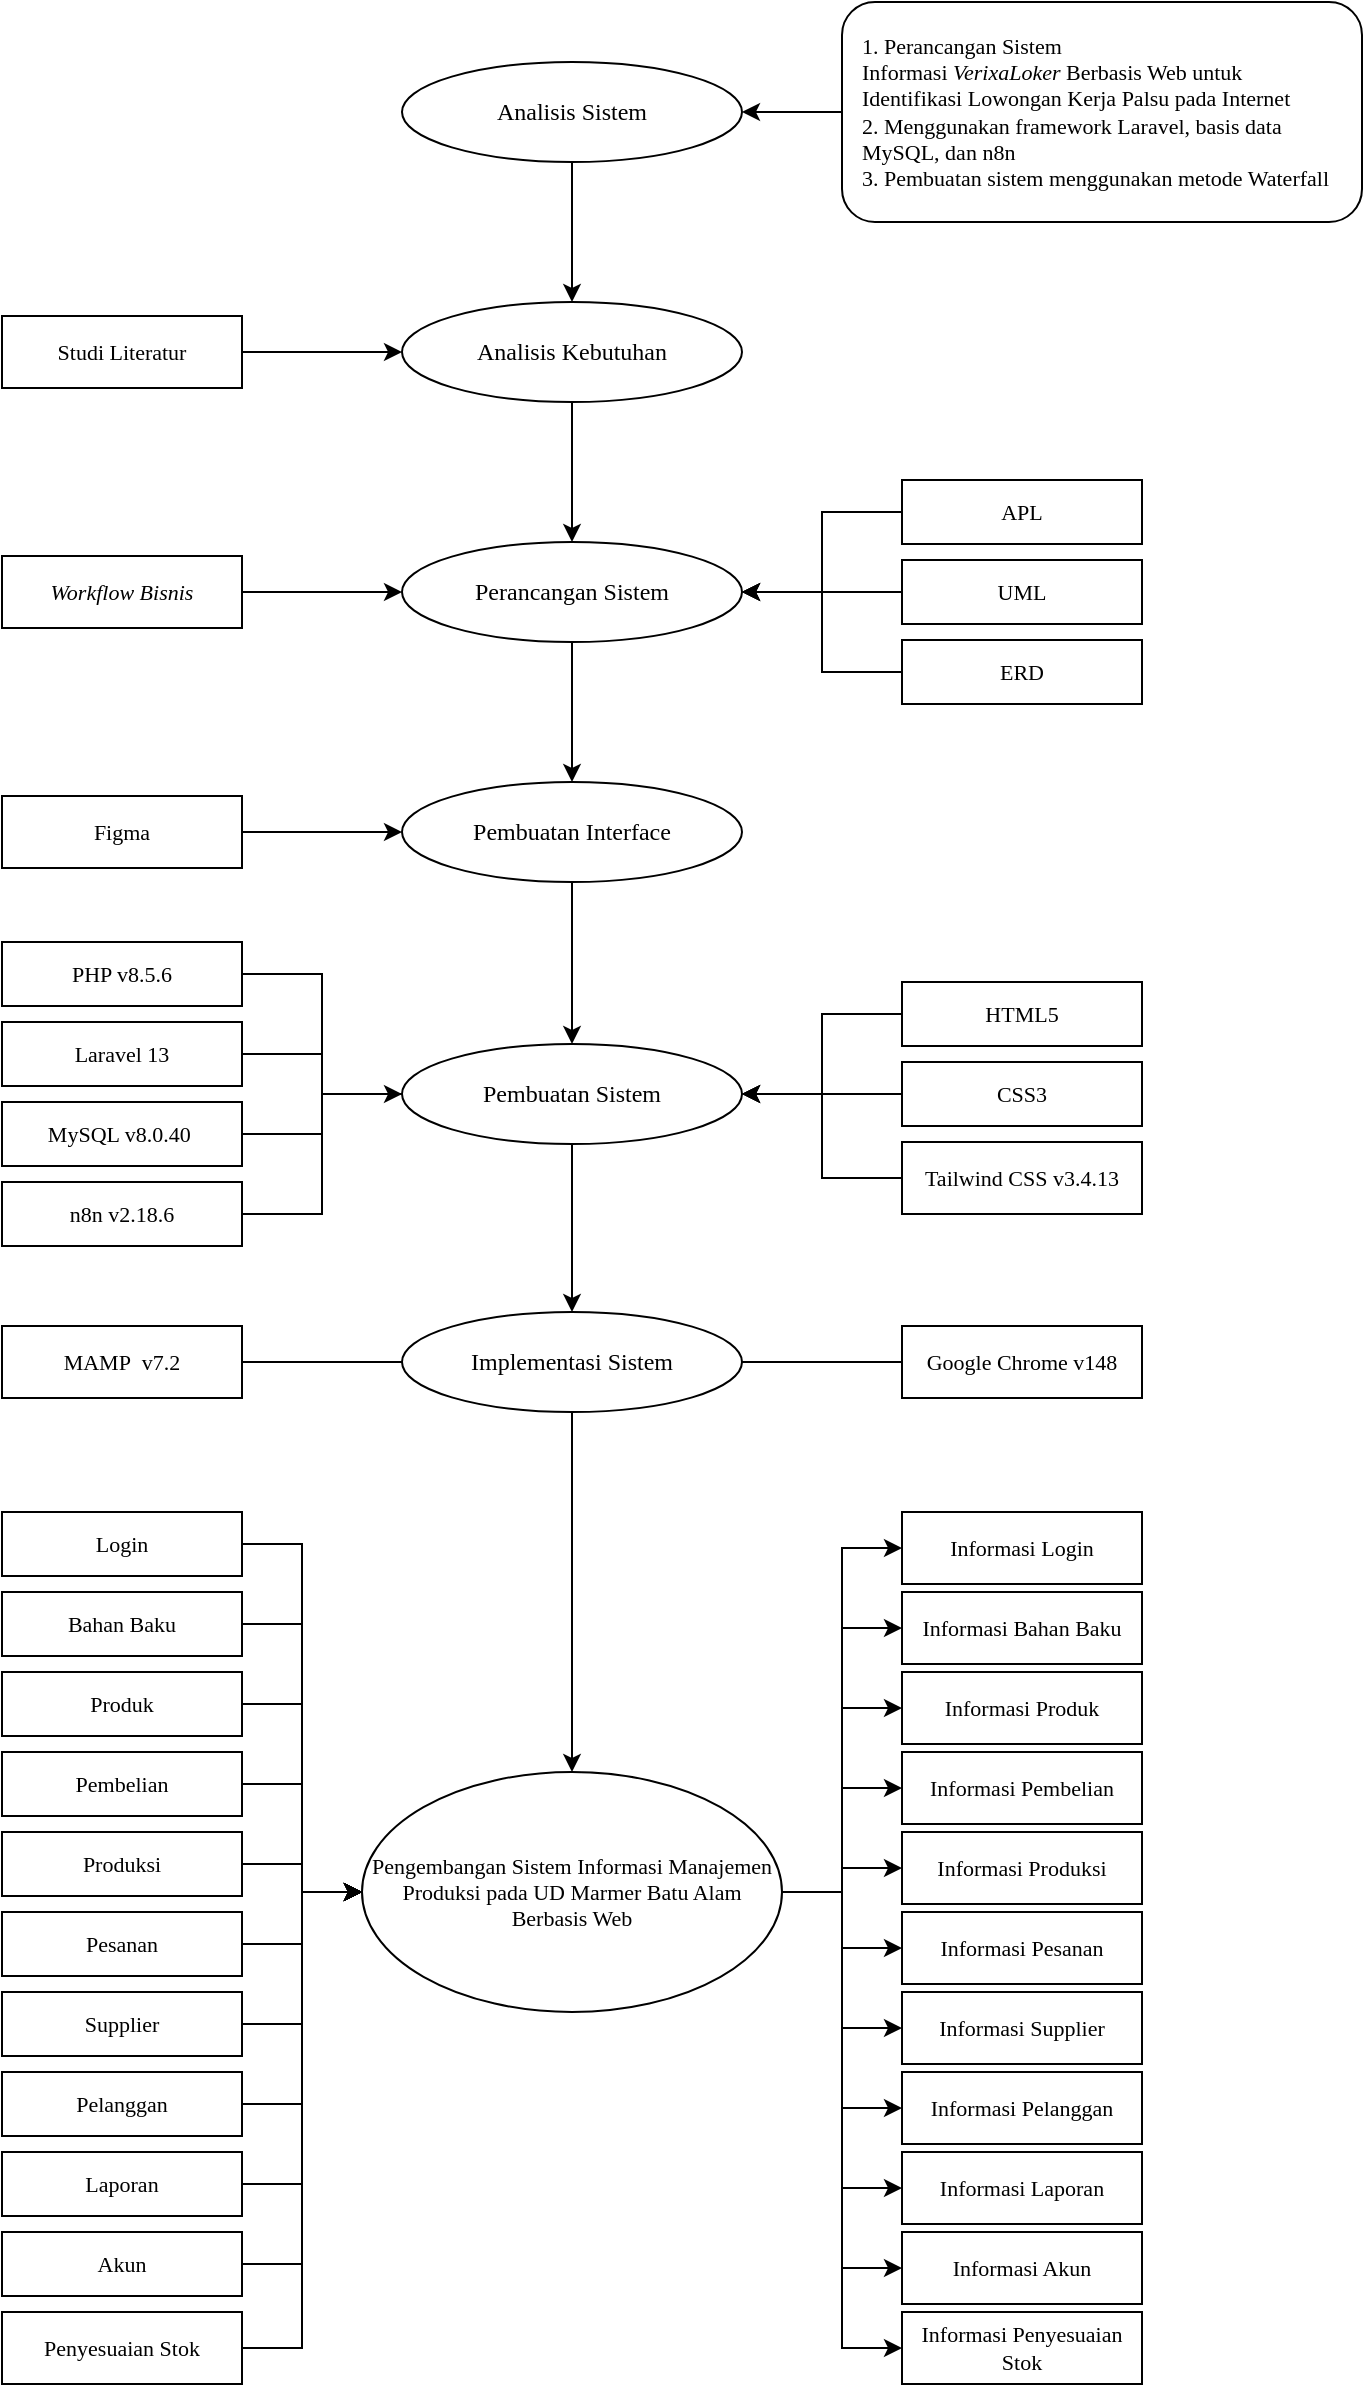
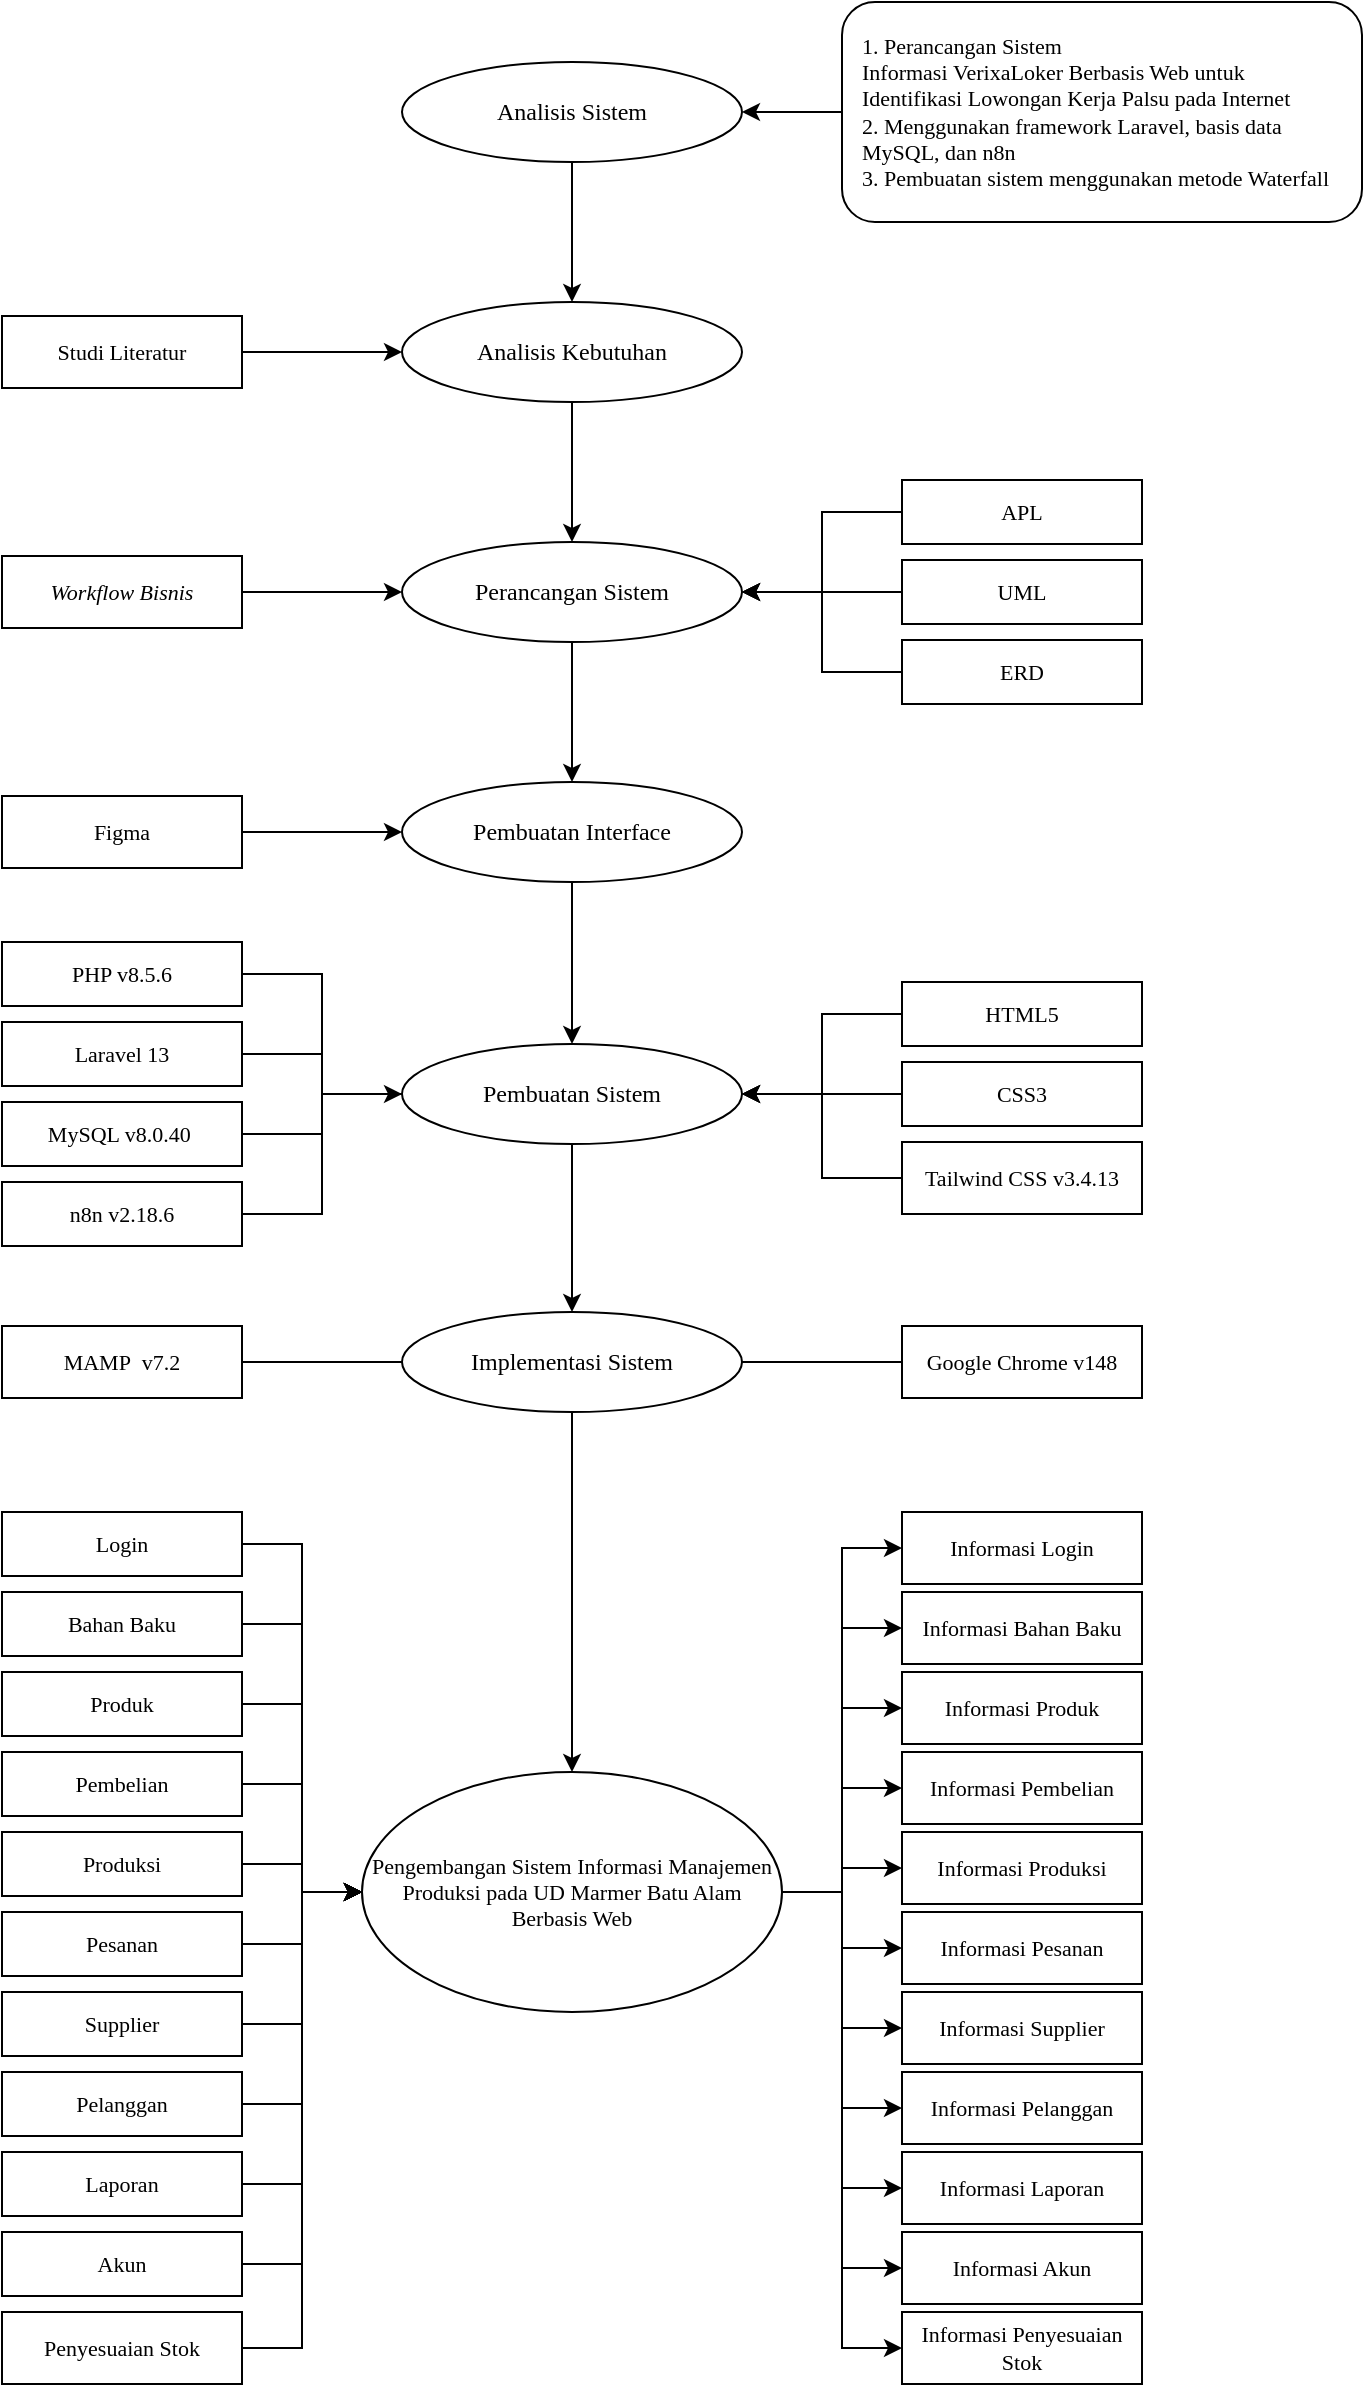
<mxfile host="app.diagrams.net">
  <diagram name="Page-1" id="yfmV3Sks-nrF4BvnnPUG">
    <mxGraphModel dx="876" dy="478" grid="1" gridSize="10" guides="1" tooltips="1" connect="1" arrows="1" fold="1" page="1" pageScale="1" pageWidth="827" pageHeight="1169" math="0" shadow="0">
      <root>
        <mxCell id="0" />
        <mxCell id="1" parent="0" />
        <mxCell id="fTyH0j3n_jQUCsVNDcWE-1" parent="1" style="ellipse;whiteSpace=wrap;html=1;fillColor=#ffffff;strokeColor=#000000;fontFamily=Times New Roman;fontSize=12;" value="Analisis Sistem" vertex="1">
          <mxGeometry height="50" width="170" x="580" y="110" as="geometry" />
        </mxCell>
        <mxCell id="fTyH0j3n_jQUCsVNDcWE-2" parent="1" style="ellipse;whiteSpace=wrap;html=1;fillColor=#ffffff;strokeColor=#000000;fontFamily=Times New Roman;fontSize=12;" value="Analisis Kebutuhan" vertex="1">
          <mxGeometry height="50" width="170" x="580" y="230" as="geometry" />
        </mxCell>
        <mxCell id="fTyH0j3n_jQUCsVNDcWE-3" parent="1" style="ellipse;whiteSpace=wrap;html=1;fillColor=#ffffff;strokeColor=#000000;fontFamily=Times New Roman;fontSize=12;" value="Perancangan Sistem" vertex="1">
          <mxGeometry height="50" width="170" x="580" y="350" as="geometry" />
        </mxCell>
        <mxCell id="fTyH0j3n_jQUCsVNDcWE-4" parent="1" style="ellipse;whiteSpace=wrap;html=1;fillColor=#ffffff;strokeColor=#000000;fontFamily=Times New Roman;fontSize=12;" value="Pembuatan Interface" vertex="1">
          <mxGeometry height="50" width="170" x="580" y="470" as="geometry" />
        </mxCell>
        <mxCell id="fTyH0j3n_jQUCsVNDcWE-5" parent="1" style="ellipse;whiteSpace=wrap;html=1;fillColor=#ffffff;strokeColor=#000000;fontFamily=Times New Roman;fontSize=12;" value="Pembuatan Sistem" vertex="1">
          <mxGeometry height="50" width="170" x="580" y="601" as="geometry" />
        </mxCell>
        <mxCell id="fTyH0j3n_jQUCsVNDcWE-6" parent="1" style="ellipse;whiteSpace=wrap;html=1;fillColor=#ffffff;strokeColor=#000000;fontFamily=Times New Roman;fontSize=12;" value="Implementasi Sistem" vertex="1">
          <mxGeometry height="50" width="170" x="580" y="735" as="geometry" />
        </mxCell>
        <mxCell id="fTyH0j3n_jQUCsVNDcWE-7" parent="1" style="ellipse;whiteSpace=wrap;html=1;fillColor=#ffffff;strokeColor=#000000;fontFamily=Times New Roman;fontSize=11;" value="Pengembangan Sistem Informasi Manajemen Produksi pada UD Marmer Batu Alam Berbasis Web" vertex="1">
          <mxGeometry height="120" width="210" x="560" y="965" as="geometry" />
        </mxCell>
        <mxCell id="fTyH0j3n_jQUCsVNDcWE-8" edge="1" parent="1" source="fTyH0j3n_jQUCsVNDcWE-1" style="endArrow=classic;html=1;rounded=0;exitX=0.5;exitY=1;entryX=0.5;entryY=0;" target="fTyH0j3n_jQUCsVNDcWE-2">
          <mxGeometry relative="1" as="geometry" />
        </mxCell>
        <mxCell id="fTyH0j3n_jQUCsVNDcWE-9" edge="1" parent="1" source="fTyH0j3n_jQUCsVNDcWE-2" style="endArrow=classic;html=1;rounded=0;exitX=0.5;exitY=1;entryX=0.5;entryY=0;" target="fTyH0j3n_jQUCsVNDcWE-3">
          <mxGeometry relative="1" as="geometry" />
        </mxCell>
        <mxCell id="fTyH0j3n_jQUCsVNDcWE-10" edge="1" parent="1" source="fTyH0j3n_jQUCsVNDcWE-3" style="endArrow=classic;html=1;rounded=0;exitX=0.5;exitY=1;entryX=0.5;entryY=0;" target="fTyH0j3n_jQUCsVNDcWE-4">
          <mxGeometry relative="1" as="geometry" />
        </mxCell>
        <mxCell id="fTyH0j3n_jQUCsVNDcWE-11" edge="1" parent="1" source="fTyH0j3n_jQUCsVNDcWE-4" style="endArrow=classic;html=1;rounded=0;exitX=0.5;exitY=1;entryX=0.5;entryY=0;" target="fTyH0j3n_jQUCsVNDcWE-5">
          <mxGeometry relative="1" as="geometry" />
        </mxCell>
        <mxCell id="fTyH0j3n_jQUCsVNDcWE-12" edge="1" parent="1" source="fTyH0j3n_jQUCsVNDcWE-5" style="endArrow=classic;html=1;rounded=0;exitX=0.5;exitY=1;entryX=0.5;entryY=0;" target="fTyH0j3n_jQUCsVNDcWE-6">
          <mxGeometry relative="1" as="geometry" />
        </mxCell>
        <mxCell id="fTyH0j3n_jQUCsVNDcWE-13" edge="1" parent="1" source="fTyH0j3n_jQUCsVNDcWE-6" style="endArrow=classic;html=1;rounded=0;exitX=0.5;exitY=1;entryX=0.5;entryY=0;" target="fTyH0j3n_jQUCsVNDcWE-7">
          <mxGeometry relative="1" as="geometry" />
        </mxCell>
-         <mxCell id="fTyH0j3n_jQUCsVNDcWE-14" parent="1" style="rounded=1;whiteSpace=wrap;html=1;fillColor=#ffffff;strokeColor=#000000;fontFamily=Times New Roman;fontSize=11;align=left;verticalAlign=middle;spacingLeft=8;spacingRight=8;" value="1. Perancangan Sistem Informasi&amp;nbsp;&lt;i&gt;VerixaLoker&lt;/i&gt;&amp;nbsp;Berbasis Web&amp;nbsp;untuk Identifikasi Lowongan Kerja Palsu pada Internet&lt;br&gt;2. Menggunakan framework Laravel, basis data MySQL, dan n8n&lt;br&gt;3. Pembuatan sistem menggunakan metode Waterfall" vertex="1">
+         <mxCell id="fTyH0j3n_jQUCsVNDcWE-14" parent="1" style="rounded=1;whiteSpace=wrap;html=1;fillColor=#ffffff;strokeColor=#000000;fontFamily=Times New Roman;fontSize=11;align=left;verticalAlign=middle;spacingLeft=8;spacingRight=8;" value="1. Perancangan Sistem Informasi&amp;nbsp;VerixaLoker&amp;nbsp;Berbasis Web&amp;nbsp;untuk Identifikasi Lowongan Kerja Palsu pada Internet&lt;br&gt;2. Menggunakan framework Laravel, basis data MySQL, dan n8n&lt;br&gt;3. Pembuatan sistem menggunakan metode Waterfall" vertex="1">
          <mxGeometry height="110" width="260" x="800" y="80" as="geometry" />
        </mxCell>
        <mxCell id="fTyH0j3n_jQUCsVNDcWE-15" edge="1" parent="1" source="fTyH0j3n_jQUCsVNDcWE-1" style="endArrow=none;html=1;rounded=0;exitX=1;exitY=0.5;entryX=0;entryY=0.5;startArrow=classic;startFill=1;" target="fTyH0j3n_jQUCsVNDcWE-14">
          <mxGeometry relative="1" as="geometry" />
        </mxCell>
        <mxCell id="fTyH0j3n_jQUCsVNDcWE-16" parent="1" style="rounded=0;whiteSpace=wrap;html=1;fillColor=#ffffff;strokeColor=#000000;fontFamily=Times New Roman;fontSize=11;" value="Studi Literatur" vertex="1">
          <mxGeometry height="36" width="120" x="380" y="237" as="geometry" />
        </mxCell>
        <mxCell id="fTyH0j3n_jQUCsVNDcWE-19" edge="1" parent="1" source="fTyH0j3n_jQUCsVNDcWE-16" style="endArrow=classic;html=1;exitX=1;exitY=0.5;entryX=0;entryY=0.5;endFill=1;" target="fTyH0j3n_jQUCsVNDcWE-2">
          <mxGeometry relative="1" as="geometry" />
        </mxCell>
        <mxCell id="fTyH0j3n_jQUCsVNDcWE-22" parent="1" style="rounded=0;whiteSpace=wrap;html=1;fillColor=#ffffff;strokeColor=#000000;fontFamily=Times New Roman;fontSize=11;fontStyle=2" value="Workflow Bisnis" vertex="1">
          <mxGeometry height="36" width="120" x="380" y="357" as="geometry" />
        </mxCell>
        <mxCell id="fTyH0j3n_jQUCsVNDcWE-23" parent="1" style="rounded=0;whiteSpace=wrap;html=1;fillColor=#ffffff;strokeColor=#000000;fontFamily=Times New Roman;fontSize=11;" value="APL" vertex="1">
          <mxGeometry height="32" width="120" x="830" y="319" as="geometry" />
        </mxCell>
        <mxCell id="fTyH0j3n_jQUCsVNDcWE-24" parent="1" style="rounded=0;whiteSpace=wrap;html=1;fillColor=#ffffff;strokeColor=#000000;fontFamily=Times New Roman;fontSize=11;" value="UML" vertex="1">
          <mxGeometry height="32" width="120" x="830" y="359" as="geometry" />
        </mxCell>
        <mxCell id="fTyH0j3n_jQUCsVNDcWE-25" parent="1" style="rounded=0;whiteSpace=wrap;html=1;fillColor=#ffffff;strokeColor=#000000;fontFamily=Times New Roman;fontSize=11;" value="ERD" vertex="1">
          <mxGeometry height="32" width="120" x="830" y="399" as="geometry" />
        </mxCell>
        <mxCell id="fTyH0j3n_jQUCsVNDcWE-26" edge="1" parent="1" source="fTyH0j3n_jQUCsVNDcWE-22" style="endArrow=classic;html=1;exitX=1;exitY=0.5;entryX=0;entryY=0.5;endFill=1;" target="fTyH0j3n_jQUCsVNDcWE-3">
          <mxGeometry relative="1" as="geometry" />
        </mxCell>
        <mxCell id="fTyH0j3n_jQUCsVNDcWE-27" edge="1" parent="1" source="fTyH0j3n_jQUCsVNDcWE-3" style="endArrow=none;html=1;exitX=1;exitY=0.5;entryX=0;entryY=0.5;startArrow=classic;startFill=1;edgeStyle=orthogonalEdgeStyle;rounded=0;curved=0;" target="fTyH0j3n_jQUCsVNDcWE-23">
          <mxGeometry relative="1" as="geometry" />
        </mxCell>
        <mxCell id="fTyH0j3n_jQUCsVNDcWE-28" edge="1" parent="1" source="fTyH0j3n_jQUCsVNDcWE-3" style="endArrow=none;html=1;exitX=1;exitY=0.5;entryX=0;entryY=0.5;startArrow=classic;startFill=1;edgeStyle=orthogonalEdgeStyle;rounded=0;curved=0;" target="fTyH0j3n_jQUCsVNDcWE-24">
          <mxGeometry relative="1" as="geometry" />
        </mxCell>
        <mxCell id="fTyH0j3n_jQUCsVNDcWE-29" edge="1" parent="1" source="fTyH0j3n_jQUCsVNDcWE-3" style="endArrow=none;html=1;exitX=1;exitY=0.5;entryX=0;entryY=0.5;startArrow=classic;startFill=1;edgeStyle=orthogonalEdgeStyle;rounded=0;curved=0;" target="fTyH0j3n_jQUCsVNDcWE-25">
          <mxGeometry relative="1" as="geometry" />
        </mxCell>
        <mxCell id="fTyH0j3n_jQUCsVNDcWE-30" parent="1" style="rounded=0;whiteSpace=wrap;html=1;fillColor=#ffffff;strokeColor=#000000;fontFamily=Times New Roman;fontSize=11;" value="Figma" vertex="1">
          <mxGeometry height="36" width="120" x="380" y="477" as="geometry" />
        </mxCell>
        <mxCell id="fTyH0j3n_jQUCsVNDcWE-31" edge="1" parent="1" source="fTyH0j3n_jQUCsVNDcWE-30" style="endArrow=classic;html=1;exitX=1;exitY=0.5;entryX=0;entryY=0.5;endFill=1;" target="fTyH0j3n_jQUCsVNDcWE-4">
          <mxGeometry relative="1" as="geometry" />
        </mxCell>
        <mxCell id="fTyH0j3n_jQUCsVNDcWE-32" parent="1" style="rounded=0;whiteSpace=wrap;html=1;fillColor=#ffffff;strokeColor=#000000;fontFamily=Times New Roman;fontSize=11;" value="PHP v8.5.6" vertex="1">
          <mxGeometry height="32" width="120" x="380" y="550" as="geometry" />
        </mxCell>
        <mxCell id="fTyH0j3n_jQUCsVNDcWE-33" parent="1" style="rounded=0;whiteSpace=wrap;html=1;fillColor=#ffffff;strokeColor=#000000;fontFamily=Times New Roman;fontSize=11;" value="Laravel 13" vertex="1">
          <mxGeometry height="32" width="120" x="380" y="590" as="geometry" />
        </mxCell>
        <mxCell id="fTyH0j3n_jQUCsVNDcWE-34" parent="1" style="rounded=0;whiteSpace=wrap;html=1;fillColor=#ffffff;strokeColor=#000000;fontFamily=Times New Roman;fontSize=11;" value="MySQL v8.0.40&amp;nbsp;" vertex="1">
          <mxGeometry height="32" width="120" x="380" y="630" as="geometry" />
        </mxCell>
        <mxCell id="fTyH0j3n_jQUCsVNDcWE-35" parent="1" style="rounded=0;whiteSpace=wrap;html=1;fillColor=#ffffff;strokeColor=#000000;fontFamily=Times New Roman;fontSize=11;" value="HTML5" vertex="1">
          <mxGeometry height="32" width="120" x="830" y="570" as="geometry" />
        </mxCell>
        <mxCell id="fTyH0j3n_jQUCsVNDcWE-36" parent="1" style="rounded=0;whiteSpace=wrap;html=1;fillColor=#ffffff;strokeColor=#000000;fontFamily=Times New Roman;fontSize=11;" value="CSS3" vertex="1">
          <mxGeometry height="32" width="120" x="830" y="610" as="geometry" />
        </mxCell>
        <mxCell id="fTyH0j3n_jQUCsVNDcWE-37" parent="1" style="rounded=0;whiteSpace=wrap;html=1;fillColor=#ffffff;strokeColor=#000000;fontFamily=Times New Roman;fontSize=11;" value="Tailwind CSS v3.4.13" vertex="1">
          <mxGeometry height="36" width="120" x="830" y="650" as="geometry" />
        </mxCell>
        <mxCell id="fTyH0j3n_jQUCsVNDcWE-38" edge="1" parent="1" source="fTyH0j3n_jQUCsVNDcWE-32" style="endArrow=none;html=1;exitX=1;exitY=0.5;entryX=0;entryY=0.5;edgeStyle=orthogonalEdgeStyle;rounded=0;curved=0;" target="fTyH0j3n_jQUCsVNDcWE-5">
          <mxGeometry relative="1" as="geometry" />
        </mxCell>
        <mxCell id="fTyH0j3n_jQUCsVNDcWE-39" edge="1" parent="1" source="fTyH0j3n_jQUCsVNDcWE-33" style="endArrow=none;html=1;exitX=1;exitY=0.5;entryX=0;entryY=0.5;edgeStyle=orthogonalEdgeStyle;rounded=0;curved=0;" target="fTyH0j3n_jQUCsVNDcWE-5">
          <mxGeometry relative="1" as="geometry" />
        </mxCell>
        <mxCell id="fTyH0j3n_jQUCsVNDcWE-40" edge="1" parent="1" source="fTyH0j3n_jQUCsVNDcWE-34" style="endArrow=none;html=1;exitX=1;exitY=0.5;entryX=0;entryY=0.5;edgeStyle=orthogonalEdgeStyle;rounded=0;curved=0;" target="fTyH0j3n_jQUCsVNDcWE-5">
          <mxGeometry relative="1" as="geometry" />
        </mxCell>
        <mxCell id="fTyH0j3n_jQUCsVNDcWE-41" edge="1" parent="1" source="fTyH0j3n_jQUCsVNDcWE-5" style="endArrow=none;html=1;exitX=1;exitY=0.5;entryX=0;entryY=0.5;edgeStyle=orthogonalEdgeStyle;rounded=0;curved=0;startArrow=classic;startFill=1;" target="fTyH0j3n_jQUCsVNDcWE-35">
          <mxGeometry relative="1" as="geometry" />
        </mxCell>
        <mxCell id="fTyH0j3n_jQUCsVNDcWE-42" edge="1" parent="1" source="fTyH0j3n_jQUCsVNDcWE-5" style="endArrow=none;html=1;exitX=1;exitY=0.5;entryX=0;entryY=0.5;edgeStyle=orthogonalEdgeStyle;rounded=0;curved=0;startArrow=classic;startFill=1;" target="fTyH0j3n_jQUCsVNDcWE-36">
          <mxGeometry relative="1" as="geometry" />
        </mxCell>
        <mxCell id="fTyH0j3n_jQUCsVNDcWE-43" edge="1" parent="1" source="fTyH0j3n_jQUCsVNDcWE-5" style="endArrow=none;html=1;exitX=1;exitY=0.5;entryX=0;entryY=0.5;edgeStyle=orthogonalEdgeStyle;rounded=0;curved=0;startArrow=classic;startFill=1;" target="fTyH0j3n_jQUCsVNDcWE-37">
          <mxGeometry relative="1" as="geometry" />
        </mxCell>
        <mxCell id="fTyH0j3n_jQUCsVNDcWE-44" parent="1" style="rounded=0;whiteSpace=wrap;html=1;fillColor=#ffffff;strokeColor=#000000;fontFamily=Times New Roman;fontSize=11;" value="MAMP&amp;nbsp; v7.2" vertex="1">
          <mxGeometry height="36" width="120" x="380" y="742" as="geometry" />
        </mxCell>
        <mxCell id="fTyH0j3n_jQUCsVNDcWE-45" parent="1" style="rounded=0;whiteSpace=wrap;html=1;fillColor=#ffffff;strokeColor=#000000;fontFamily=Times New Roman;fontSize=11;" value="Google Chrome v148" vertex="1">
          <mxGeometry height="36" width="120" x="830" y="742" as="geometry" />
        </mxCell>
        <mxCell id="fTyH0j3n_jQUCsVNDcWE-46" edge="1" parent="1" source="fTyH0j3n_jQUCsVNDcWE-44" style="endArrow=none;html=1;exitX=1;exitY=0.5;entryX=0;entryY=0.5;" target="fTyH0j3n_jQUCsVNDcWE-6">
          <mxGeometry relative="1" as="geometry" />
        </mxCell>
        <mxCell id="fTyH0j3n_jQUCsVNDcWE-47" edge="1" parent="1" source="fTyH0j3n_jQUCsVNDcWE-6" style="endArrow=none;html=1;exitX=1;exitY=0.5;entryX=0;entryY=0.5;" target="fTyH0j3n_jQUCsVNDcWE-45">
          <mxGeometry relative="1" as="geometry" />
        </mxCell>
        <mxCell id="fTyH0j3n_jQUCsVNDcWE-48" parent="1" style="rounded=0;whiteSpace=wrap;html=1;fillColor=#ffffff;strokeColor=#000000;fontFamily=Times New Roman;fontSize=11;" value="Login" vertex="1">
          <mxGeometry height="32" width="120" x="380" y="835" as="geometry" />
        </mxCell>
        <mxCell id="fTyH0j3n_jQUCsVNDcWE-49" parent="1" style="rounded=0;whiteSpace=wrap;html=1;fillColor=#ffffff;strokeColor=#000000;fontFamily=Times New Roman;fontSize=11;" value="Bahan Baku" vertex="1">
          <mxGeometry height="32" width="120" x="380" y="875" as="geometry" />
        </mxCell>
        <mxCell id="fTyH0j3n_jQUCsVNDcWE-50" parent="1" style="rounded=0;whiteSpace=wrap;html=1;fillColor=#ffffff;strokeColor=#000000;fontFamily=Times New Roman;fontSize=11;" value="Produk" vertex="1">
          <mxGeometry height="32" width="120" x="380" y="915" as="geometry" />
        </mxCell>
        <mxCell id="fTyH0j3n_jQUCsVNDcWE-51" parent="1" style="rounded=0;whiteSpace=wrap;html=1;fillColor=#ffffff;strokeColor=#000000;fontFamily=Times New Roman;fontSize=11;" value="Pembelian" vertex="1">
          <mxGeometry height="32" width="120" x="380" y="955" as="geometry" />
        </mxCell>
        <mxCell id="fTyH0j3n_jQUCsVNDcWE-52" parent="1" style="rounded=0;whiteSpace=wrap;html=1;fillColor=#ffffff;strokeColor=#000000;fontFamily=Times New Roman;fontSize=11;" value="Produksi" vertex="1">
          <mxGeometry height="32" width="120" x="380" y="995" as="geometry" />
        </mxCell>
        <mxCell id="fTyH0j3n_jQUCsVNDcWE-53" parent="1" style="rounded=0;whiteSpace=wrap;html=1;fillColor=#ffffff;strokeColor=#000000;fontFamily=Times New Roman;fontSize=11;" value="Pesanan" vertex="1">
          <mxGeometry height="32" width="120" x="380" y="1035" as="geometry" />
        </mxCell>
        <mxCell id="fTyH0j3n_jQUCsVNDcWE-54" parent="1" style="rounded=0;whiteSpace=wrap;html=1;fillColor=#ffffff;strokeColor=#000000;fontFamily=Times New Roman;fontSize=11;" value="Supplier" vertex="1">
          <mxGeometry height="32" width="120" x="380" y="1075" as="geometry" />
        </mxCell>
        <mxCell id="fTyH0j3n_jQUCsVNDcWE-55" parent="1" style="rounded=0;whiteSpace=wrap;html=1;fillColor=#ffffff;strokeColor=#000000;fontFamily=Times New Roman;fontSize=11;" value="Pelanggan" vertex="1">
          <mxGeometry height="32" width="120" x="380" y="1115" as="geometry" />
        </mxCell>
        <mxCell id="fTyH0j3n_jQUCsVNDcWE-56" parent="1" style="rounded=0;whiteSpace=wrap;html=1;fillColor=#ffffff;strokeColor=#000000;fontFamily=Times New Roman;fontSize=11;" value="Laporan" vertex="1">
          <mxGeometry height="32" width="120" x="380" y="1155" as="geometry" />
        </mxCell>
        <mxCell id="fTyH0j3n_jQUCsVNDcWE-57" parent="1" style="rounded=0;whiteSpace=wrap;html=1;fillColor=#ffffff;strokeColor=#000000;fontFamily=Times New Roman;fontSize=11;" value="Akun" vertex="1">
          <mxGeometry height="32" width="120" x="380" y="1195" as="geometry" />
        </mxCell>
        <mxCell id="fTyH0j3n_jQUCsVNDcWE-58" parent="1" style="rounded=0;whiteSpace=wrap;html=1;fillColor=#ffffff;strokeColor=#000000;fontFamily=Times New Roman;fontSize=11;" value="Penyesuaian Stok" vertex="1">
          <mxGeometry height="36" width="120" x="380" y="1235" as="geometry" />
        </mxCell>
        <mxCell id="fTyH0j3n_jQUCsVNDcWE-59" edge="1" parent="1" source="fTyH0j3n_jQUCsVNDcWE-48" style="endArrow=classic;html=1;exitX=1;exitY=0.5;entryX=0;entryY=0.5;edgeStyle=orthogonalEdgeStyle;rounded=0;curved=0;endFill=1;" target="fTyH0j3n_jQUCsVNDcWE-7">
          <mxGeometry relative="1" as="geometry" />
        </mxCell>
        <mxCell id="fTyH0j3n_jQUCsVNDcWE-60" edge="1" parent="1" source="fTyH0j3n_jQUCsVNDcWE-49" style="endArrow=classic;html=1;exitX=1;exitY=0.5;entryX=0;entryY=0.5;edgeStyle=orthogonalEdgeStyle;rounded=0;curved=0;endFill=1;" target="fTyH0j3n_jQUCsVNDcWE-7">
          <mxGeometry relative="1" as="geometry" />
        </mxCell>
        <mxCell id="fTyH0j3n_jQUCsVNDcWE-61" edge="1" parent="1" source="fTyH0j3n_jQUCsVNDcWE-50" style="endArrow=classic;html=1;exitX=1;exitY=0.5;entryX=0;entryY=0.5;edgeStyle=orthogonalEdgeStyle;rounded=0;curved=0;endFill=1;" target="fTyH0j3n_jQUCsVNDcWE-7">
          <mxGeometry relative="1" as="geometry" />
        </mxCell>
        <mxCell id="fTyH0j3n_jQUCsVNDcWE-62" edge="1" parent="1" source="fTyH0j3n_jQUCsVNDcWE-51" style="endArrow=none;html=1;exitX=1;exitY=0.5;entryX=0;entryY=0.5;edgeStyle=orthogonalEdgeStyle;rounded=0;curved=0;" target="fTyH0j3n_jQUCsVNDcWE-7">
          <mxGeometry relative="1" as="geometry" />
        </mxCell>
        <mxCell id="fTyH0j3n_jQUCsVNDcWE-63" edge="1" parent="1" source="fTyH0j3n_jQUCsVNDcWE-52" style="endArrow=classic;html=1;exitX=1;exitY=0.5;entryX=0;entryY=0.5;edgeStyle=orthogonalEdgeStyle;rounded=0;curved=0;endFill=1;" target="fTyH0j3n_jQUCsVNDcWE-7">
          <mxGeometry relative="1" as="geometry" />
        </mxCell>
        <mxCell id="fTyH0j3n_jQUCsVNDcWE-64" edge="1" parent="1" source="fTyH0j3n_jQUCsVNDcWE-53" style="endArrow=classic;html=1;exitX=1;exitY=0.5;entryX=0;entryY=0.5;edgeStyle=orthogonalEdgeStyle;rounded=0;curved=0;endFill=1;" target="fTyH0j3n_jQUCsVNDcWE-7">
          <mxGeometry relative="1" as="geometry" />
        </mxCell>
        <mxCell id="fTyH0j3n_jQUCsVNDcWE-65" edge="1" parent="1" source="fTyH0j3n_jQUCsVNDcWE-54" style="endArrow=classic;html=1;exitX=1;exitY=0.5;entryX=0;entryY=0.5;edgeStyle=orthogonalEdgeStyle;rounded=0;curved=0;endFill=1;" target="fTyH0j3n_jQUCsVNDcWE-7">
          <mxGeometry relative="1" as="geometry" />
        </mxCell>
        <mxCell id="fTyH0j3n_jQUCsVNDcWE-66" edge="1" parent="1" source="fTyH0j3n_jQUCsVNDcWE-55" style="endArrow=classic;html=1;exitX=1;exitY=0.5;entryX=0;entryY=0.5;edgeStyle=orthogonalEdgeStyle;rounded=0;curved=0;endFill=1;" target="fTyH0j3n_jQUCsVNDcWE-7">
          <mxGeometry relative="1" as="geometry" />
        </mxCell>
        <mxCell id="fTyH0j3n_jQUCsVNDcWE-67" edge="1" parent="1" source="fTyH0j3n_jQUCsVNDcWE-56" style="endArrow=classic;html=1;exitX=1;exitY=0.5;entryX=0;entryY=0.5;edgeStyle=orthogonalEdgeStyle;rounded=0;curved=0;endFill=1;" target="fTyH0j3n_jQUCsVNDcWE-7">
          <mxGeometry relative="1" as="geometry" />
        </mxCell>
        <mxCell id="fTyH0j3n_jQUCsVNDcWE-68" edge="1" parent="1" source="fTyH0j3n_jQUCsVNDcWE-57" style="endArrow=classic;html=1;exitX=1;exitY=0.5;entryX=0;entryY=0.5;edgeStyle=orthogonalEdgeStyle;rounded=0;curved=0;endFill=1;" target="fTyH0j3n_jQUCsVNDcWE-7">
          <mxGeometry relative="1" as="geometry" />
        </mxCell>
        <mxCell id="fTyH0j3n_jQUCsVNDcWE-69" edge="1" parent="1" source="fTyH0j3n_jQUCsVNDcWE-58" style="endArrow=classic;html=1;exitX=1;exitY=0.5;entryX=0;entryY=0.5;edgeStyle=orthogonalEdgeStyle;rounded=0;curved=0;endFill=1;" target="fTyH0j3n_jQUCsVNDcWE-7">
          <mxGeometry relative="1" as="geometry" />
        </mxCell>
        <mxCell id="fTyH0j3n_jQUCsVNDcWE-70" parent="1" style="rounded=0;whiteSpace=wrap;html=1;fillColor=#ffffff;strokeColor=#000000;fontFamily=Times New Roman;fontSize=11;" value="Informasi Login" vertex="1">
          <mxGeometry height="36" width="120" x="830" y="835" as="geometry" />
        </mxCell>
        <mxCell id="fTyH0j3n_jQUCsVNDcWE-71" parent="1" style="rounded=0;whiteSpace=wrap;html=1;fillColor=#ffffff;strokeColor=#000000;fontFamily=Times New Roman;fontSize=11;" value="Informasi Bahan Baku" vertex="1">
          <mxGeometry height="36" width="120" x="830" y="875" as="geometry" />
        </mxCell>
        <mxCell id="fTyH0j3n_jQUCsVNDcWE-72" parent="1" style="rounded=0;whiteSpace=wrap;html=1;fillColor=#ffffff;strokeColor=#000000;fontFamily=Times New Roman;fontSize=11;" value="Informasi Produk" vertex="1">
          <mxGeometry height="36" width="120" x="830" y="915" as="geometry" />
        </mxCell>
        <mxCell id="fTyH0j3n_jQUCsVNDcWE-73" parent="1" style="rounded=0;whiteSpace=wrap;html=1;fillColor=#ffffff;strokeColor=#000000;fontFamily=Times New Roman;fontSize=11;" value="Informasi Pembelian" vertex="1">
          <mxGeometry height="36" width="120" x="830" y="955" as="geometry" />
        </mxCell>
        <mxCell id="fTyH0j3n_jQUCsVNDcWE-74" parent="1" style="rounded=0;whiteSpace=wrap;html=1;fillColor=#ffffff;strokeColor=#000000;fontFamily=Times New Roman;fontSize=11;" value="Informasi Produksi" vertex="1">
          <mxGeometry height="36" width="120" x="830" y="995" as="geometry" />
        </mxCell>
        <mxCell id="fTyH0j3n_jQUCsVNDcWE-75" parent="1" style="rounded=0;whiteSpace=wrap;html=1;fillColor=#ffffff;strokeColor=#000000;fontFamily=Times New Roman;fontSize=11;" value="Informasi Pesanan" vertex="1">
          <mxGeometry height="36" width="120" x="830" y="1035" as="geometry" />
        </mxCell>
        <mxCell id="fTyH0j3n_jQUCsVNDcWE-76" parent="1" style="rounded=0;whiteSpace=wrap;html=1;fillColor=#ffffff;strokeColor=#000000;fontFamily=Times New Roman;fontSize=11;" value="Informasi Supplier" vertex="1">
          <mxGeometry height="36" width="120" x="830" y="1075" as="geometry" />
        </mxCell>
        <mxCell id="fTyH0j3n_jQUCsVNDcWE-77" parent="1" style="rounded=0;whiteSpace=wrap;html=1;fillColor=#ffffff;strokeColor=#000000;fontFamily=Times New Roman;fontSize=11;" value="Informasi Pelanggan" vertex="1">
          <mxGeometry height="36" width="120" x="830" y="1115" as="geometry" />
        </mxCell>
        <mxCell id="fTyH0j3n_jQUCsVNDcWE-78" parent="1" style="rounded=0;whiteSpace=wrap;html=1;fillColor=#ffffff;strokeColor=#000000;fontFamily=Times New Roman;fontSize=11;" value="Informasi Laporan" vertex="1">
          <mxGeometry height="36" width="120" x="830" y="1155" as="geometry" />
        </mxCell>
        <mxCell id="fTyH0j3n_jQUCsVNDcWE-79" parent="1" style="rounded=0;whiteSpace=wrap;html=1;fillColor=#ffffff;strokeColor=#000000;fontFamily=Times New Roman;fontSize=11;" value="Informasi Akun" vertex="1">
          <mxGeometry height="36" width="120" x="830" y="1195" as="geometry" />
        </mxCell>
        <mxCell id="fTyH0j3n_jQUCsVNDcWE-80" parent="1" style="rounded=0;whiteSpace=wrap;html=1;fillColor=#ffffff;strokeColor=#000000;fontFamily=Times New Roman;fontSize=11;" value="Informasi Penyesuaian Stok" vertex="1">
          <mxGeometry height="36" width="120" x="830" y="1235" as="geometry" />
        </mxCell>
        <mxCell id="fTyH0j3n_jQUCsVNDcWE-81" edge="1" parent="1" source="fTyH0j3n_jQUCsVNDcWE-7" style="endArrow=classic;html=1;exitX=1;exitY=0.5;entryX=0;entryY=0.5;rounded=0;edgeStyle=orthogonalEdgeStyle;endFill=1;" target="fTyH0j3n_jQUCsVNDcWE-70">
          <mxGeometry relative="1" as="geometry" />
        </mxCell>
        <mxCell id="fTyH0j3n_jQUCsVNDcWE-82" edge="1" parent="1" source="fTyH0j3n_jQUCsVNDcWE-7" style="endArrow=classic;html=1;exitX=1;exitY=0.5;entryX=0;entryY=0.5;rounded=0;edgeStyle=orthogonalEdgeStyle;endFill=1;" target="fTyH0j3n_jQUCsVNDcWE-71">
          <mxGeometry relative="1" as="geometry" />
        </mxCell>
        <mxCell id="fTyH0j3n_jQUCsVNDcWE-83" edge="1" parent="1" source="fTyH0j3n_jQUCsVNDcWE-7" style="endArrow=classic;html=1;exitX=1;exitY=0.5;entryX=0;entryY=0.5;rounded=0;edgeStyle=orthogonalEdgeStyle;endFill=1;" target="fTyH0j3n_jQUCsVNDcWE-72">
          <mxGeometry relative="1" as="geometry" />
        </mxCell>
        <mxCell id="fTyH0j3n_jQUCsVNDcWE-84" edge="1" parent="1" source="fTyH0j3n_jQUCsVNDcWE-7" style="endArrow=classic;html=1;exitX=1;exitY=0.5;entryX=0;entryY=0.5;rounded=0;edgeStyle=orthogonalEdgeStyle;endFill=1;" target="fTyH0j3n_jQUCsVNDcWE-73">
          <mxGeometry relative="1" as="geometry" />
        </mxCell>
        <mxCell id="fTyH0j3n_jQUCsVNDcWE-85" edge="1" parent="1" source="fTyH0j3n_jQUCsVNDcWE-7" style="endArrow=classic;html=1;exitX=1;exitY=0.5;entryX=0;entryY=0.5;rounded=0;edgeStyle=orthogonalEdgeStyle;endFill=1;" target="fTyH0j3n_jQUCsVNDcWE-74">
          <mxGeometry relative="1" as="geometry" />
        </mxCell>
        <mxCell id="fTyH0j3n_jQUCsVNDcWE-86" edge="1" parent="1" source="fTyH0j3n_jQUCsVNDcWE-7" style="endArrow=classic;html=1;exitX=1;exitY=0.5;entryX=0;entryY=0.5;rounded=0;edgeStyle=orthogonalEdgeStyle;endFill=1;" target="fTyH0j3n_jQUCsVNDcWE-75">
          <mxGeometry relative="1" as="geometry" />
        </mxCell>
        <mxCell id="fTyH0j3n_jQUCsVNDcWE-87" edge="1" parent="1" source="fTyH0j3n_jQUCsVNDcWE-7" style="endArrow=classic;html=1;exitX=1;exitY=0.5;entryX=0;entryY=0.5;rounded=0;edgeStyle=orthogonalEdgeStyle;endFill=1;" target="fTyH0j3n_jQUCsVNDcWE-76">
          <mxGeometry relative="1" as="geometry" />
        </mxCell>
        <mxCell id="fTyH0j3n_jQUCsVNDcWE-88" edge="1" parent="1" source="fTyH0j3n_jQUCsVNDcWE-7" style="endArrow=classic;html=1;exitX=1;exitY=0.5;entryX=0;entryY=0.5;rounded=0;edgeStyle=orthogonalEdgeStyle;endFill=1;" target="fTyH0j3n_jQUCsVNDcWE-77">
          <mxGeometry relative="1" as="geometry" />
        </mxCell>
        <mxCell id="fTyH0j3n_jQUCsVNDcWE-89" edge="1" parent="1" source="fTyH0j3n_jQUCsVNDcWE-7" style="endArrow=classic;html=1;exitX=1;exitY=0.5;entryX=0;entryY=0.5;rounded=0;edgeStyle=orthogonalEdgeStyle;endFill=1;" target="fTyH0j3n_jQUCsVNDcWE-78">
          <mxGeometry relative="1" as="geometry" />
        </mxCell>
        <mxCell id="fTyH0j3n_jQUCsVNDcWE-90" edge="1" parent="1" source="fTyH0j3n_jQUCsVNDcWE-7" style="endArrow=classic;html=1;exitX=1;exitY=0.5;entryX=0;entryY=0.5;rounded=0;edgeStyle=orthogonalEdgeStyle;endFill=1;" target="fTyH0j3n_jQUCsVNDcWE-79">
          <mxGeometry relative="1" as="geometry" />
        </mxCell>
        <mxCell id="fTyH0j3n_jQUCsVNDcWE-91" edge="1" parent="1" source="fTyH0j3n_jQUCsVNDcWE-7" style="endArrow=classic;html=1;exitX=1;exitY=0.5;entryX=0;entryY=0.5;rounded=0;edgeStyle=orthogonalEdgeStyle;endFill=1;" target="fTyH0j3n_jQUCsVNDcWE-80">
          <mxGeometry relative="1" as="geometry" />
        </mxCell>
        <mxCell id="N9CpWy_333Ilmsceh_oc-2" edge="1" parent="1" source="N9CpWy_333Ilmsceh_oc-1" style="edgeStyle=orthogonalEdgeStyle;rounded=0;orthogonalLoop=1;jettySize=auto;html=1;exitX=1;exitY=0.5;exitDx=0;exitDy=0;entryX=0;entryY=0.5;entryDx=0;entryDy=0;" target="fTyH0j3n_jQUCsVNDcWE-5">
          <mxGeometry relative="1" as="geometry" />
        </mxCell>
        <mxCell id="N9CpWy_333Ilmsceh_oc-1" parent="1" style="rounded=0;whiteSpace=wrap;html=1;fillColor=#ffffff;strokeColor=#000000;fontFamily=Times New Roman;fontSize=11;" value="n8n v2.18.6" vertex="1">
          <mxGeometry height="32" width="120" x="380" y="670" as="geometry" />
        </mxCell>
      </root>
    </mxGraphModel>
  </diagram>
</mxfile>
